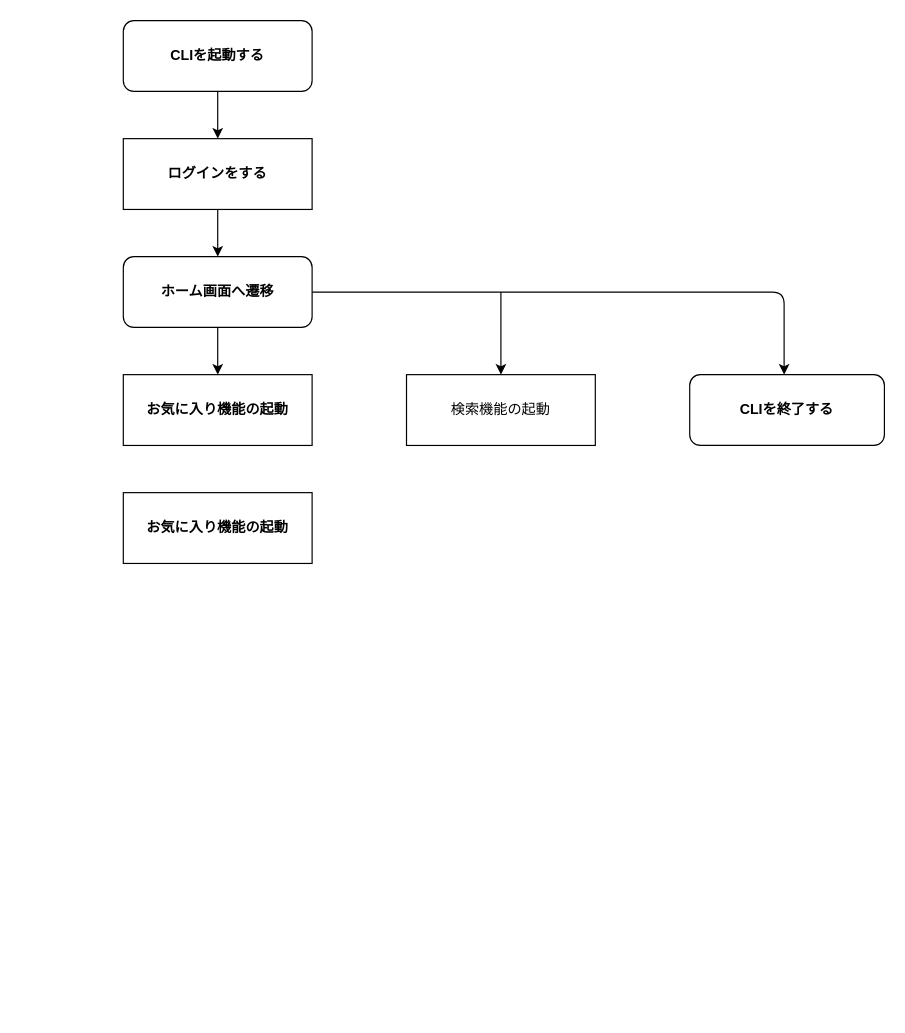
Before: page "お気に入り機能" (2 of 2) of others/flow.drawio in Seiya-Tagami/go-practice, a draw.io diagram. Source tidied: cells renumbered, new cells numbered last; positions are measured from the earlier drawing's top-left corner, leaving out a move shared by most shapes. Both pictures are drawn from the tidied source at 118%, with x=0, y=0 at pixel (123, 20).
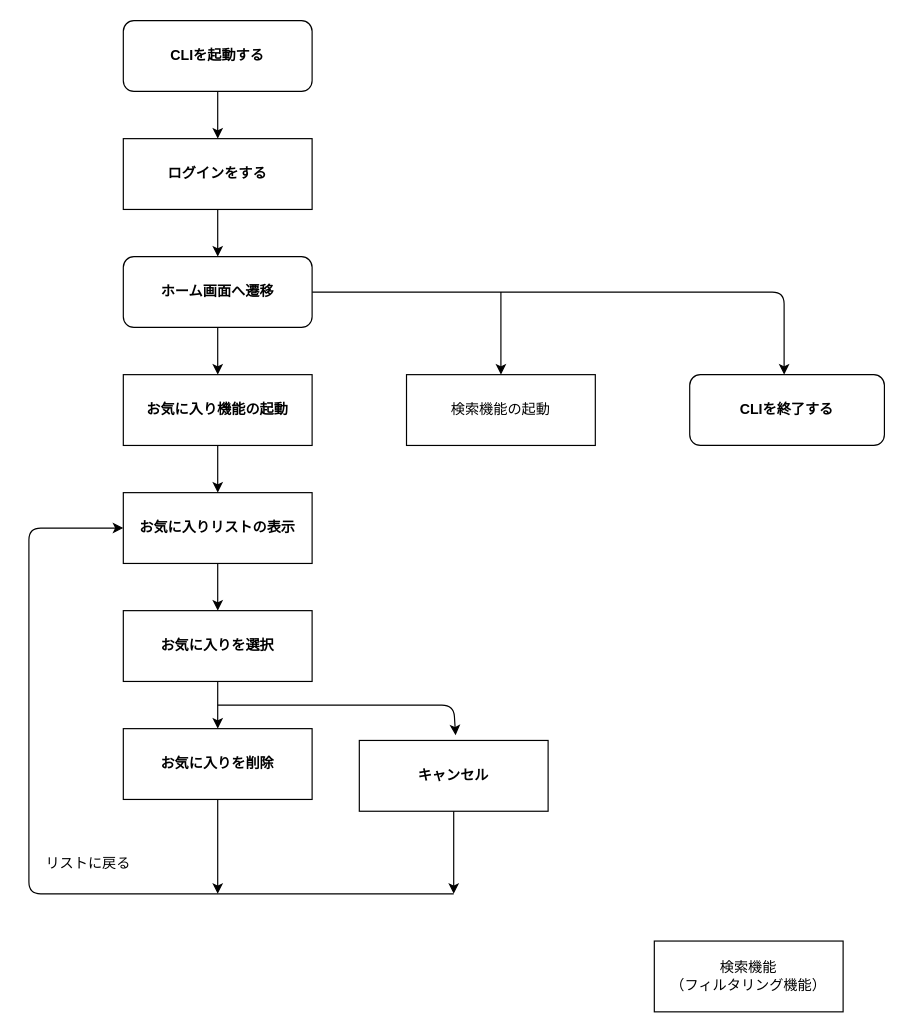
The same page after the edit.

Unchanged cells that the change refers to:
```xml
<mxCell id="9" value="&lt;b&gt;お気に入り機能の起動&lt;/b&gt;" style="rounded=0;whiteSpace=wrap;html=1;" parent="1" vertex="1">
  <mxGeometry y="300" width="160" height="60" as="geometry" />
</mxCell>
```

What changed in the source:
```diff
@@
+    <mxCell id="14" style="edgeStyle=none;html=1;" parent="1" edge="1" source="9" target="13">
+      <mxGeometry relative="1" as="geometry" />
+    </mxCell>
@@
+    <mxCell id="15" style="edgeStyle=none;html=1;" parent="1" edge="1" source="13" target="17">
+      <mxGeometry relative="1" as="geometry" />
+    </mxCell>
-    <mxCell id="13" value="&lt;b&gt;お気に入り機能の起動&lt;/b&gt;" style="rounded=0;whiteSpace=wrap;html=1;" parent="1" vertex="1">
+    <mxCell id="13" value="&lt;b&gt;お気に入りリストの表示&lt;/b&gt;" style="rounded=0;whiteSpace=wrap;html=1;" parent="1" vertex="1">
       <mxGeometry y="400" width="160" height="60" as="geometry" />
     </mxCell>
+    <mxCell id="16" style="edgeStyle=none;html=1;" parent="1" edge="1" source="17">
+      <mxGeometry relative="1" as="geometry">
+        <mxPoint x="80" y="600" as="targetPoint" />
+        <Array as="points">
+          <mxPoint x="80" y="600" />
+        </Array>
+      </mxGeometry>
+    </mxCell>
+    <mxCell id="17" value="&lt;b&gt;お気に入りを選択&lt;/b&gt;" style="whiteSpace=wrap;html=1;rounded=0;" parent="1" vertex="1">
+      <mxGeometry y="500" width="160" height="60" as="geometry" />
+    </mxCell>
+    <mxCell id="18" value="&lt;b&gt;お気に入りを削除&lt;/b&gt;" style="whiteSpace=wrap;html=1;rounded=0;" parent="1" vertex="1">
+      <mxGeometry y="600" width="160" height="60" as="geometry" />
+    </mxCell>
+    <mxCell id="19" style="endArrow=classic;html=1;entryX=0;entryY=0.5;entryDx=0;entryDy=0;" parent="1" edge="1" target="13">
+      <mxGeometry relative="1" as="geometry">
+        <mxPoint x="280" y="740" as="sourcePoint" />
+        <Array as="points">
+          <mxPoint x="-80" y="740" />
+          <mxPoint x="-80" y="640" />
+          <mxPoint x="-80" y="430" />
+        </Array>
+      </mxGeometry>
+    </mxCell>
+    <mxCell id="20" value="&lt;b&gt;キャンセル&lt;/b&gt;" style="rounded=0;whiteSpace=wrap;html=1;" parent="1" vertex="1">
+      <mxGeometry x="200" y="610" width="160" height="60" as="geometry" />
+    </mxCell>
+    <mxCell id="21" style="endArrow=classic;html=1;entryX=0.51;entryY=-0.072;entryDx=0;entryDy=0;entryPerimeter=0;" parent="1" edge="1" target="20">
+      <mxGeometry relative="1" as="geometry">
+        <mxPoint x="80" y="580" as="sourcePoint" />
+        <Array as="points">
+          <mxPoint x="280" y="580" />
+        </Array>
+      </mxGeometry>
+    </mxCell>
+    <mxCell id="22" style="endArrow=classic;html=1;" parent="1" edge="1">
+      <mxGeometry relative="1" as="geometry">
+        <mxPoint x="280" y="670" as="sourcePoint" />
+        <mxPoint x="280" y="740" as="targetPoint" />
+      </mxGeometry>
+    </mxCell>
+    <mxCell id="23" style="endArrow=classic;html=1;" parent="1" edge="1">
+      <mxGeometry relative="1" as="geometry">
+        <mxPoint x="80" y="660" as="sourcePoint" />
+        <mxPoint x="80" y="740" as="targetPoint" />
+      </mxGeometry>
+    </mxCell>
+    <mxCell id="24" value="リストに戻る" style="text;html=1;align=center;verticalAlign=middle;strokeColor=none;fillColor=none;" parent="1" vertex="1">
+      <mxGeometry x="-80" y="700" width="100" height="30" as="geometry" />
+    </mxCell>
+    <mxCell id="25" value="検索機能&lt;br&gt;（フィルタリング機能）" style="rounded=0;whiteSpace=wrap;html=1;" parent="1" vertex="1">
+      <mxGeometry x="450" y="780" width="160" height="60" as="geometry" />
+    </mxCell>
```
